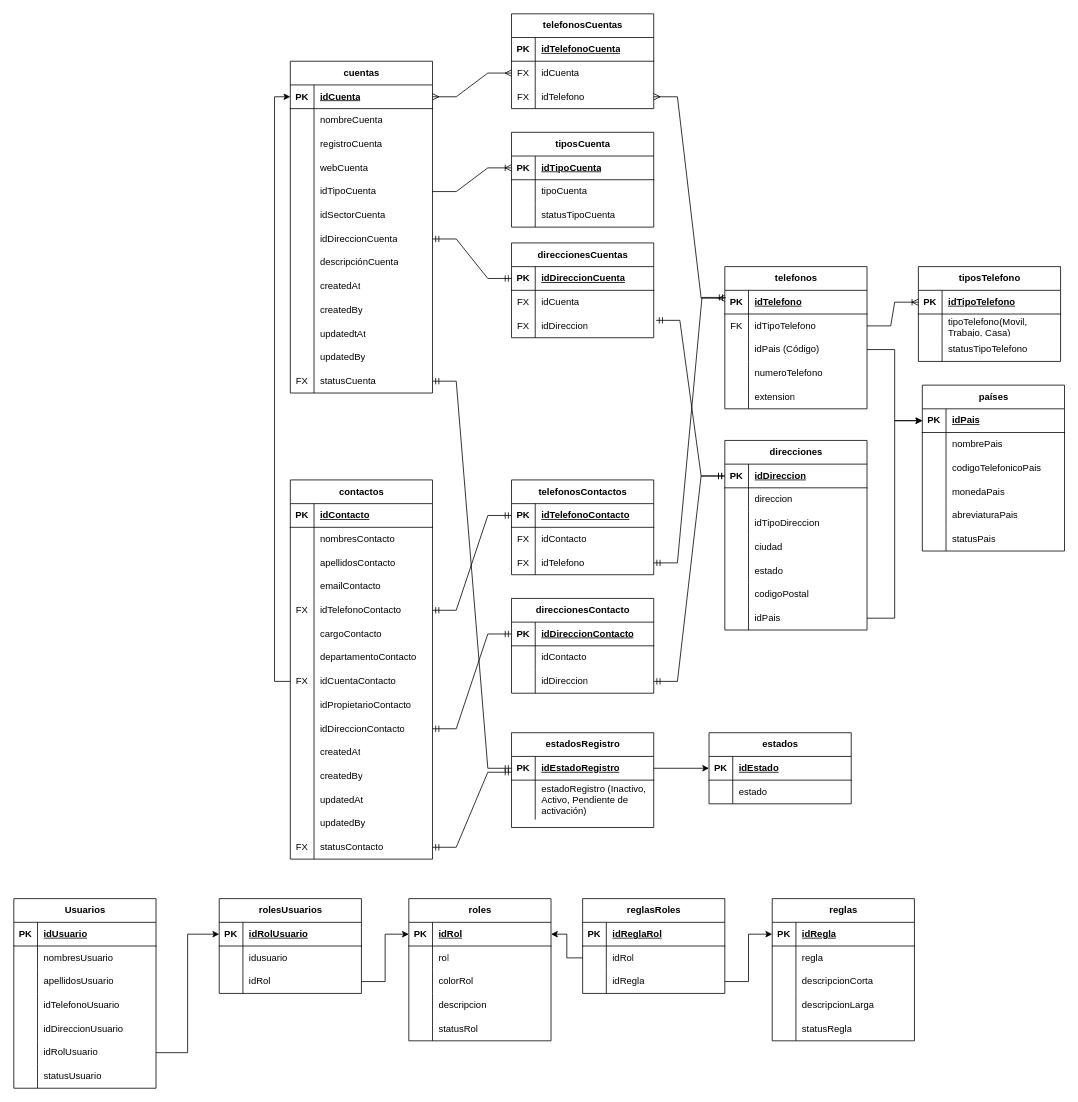
The draw.io diagram bd people.drawio in ocpdata/BDPeople, before the edit. Source tidied: cells renumbered, new cells numbered last; positions are measured from the earlier drawing's top-left corner, leaving out a move shared by most shapes. Both pictures are drawn from the tidied source at 79%, with x=0, y=0 at pixel (13, 13).
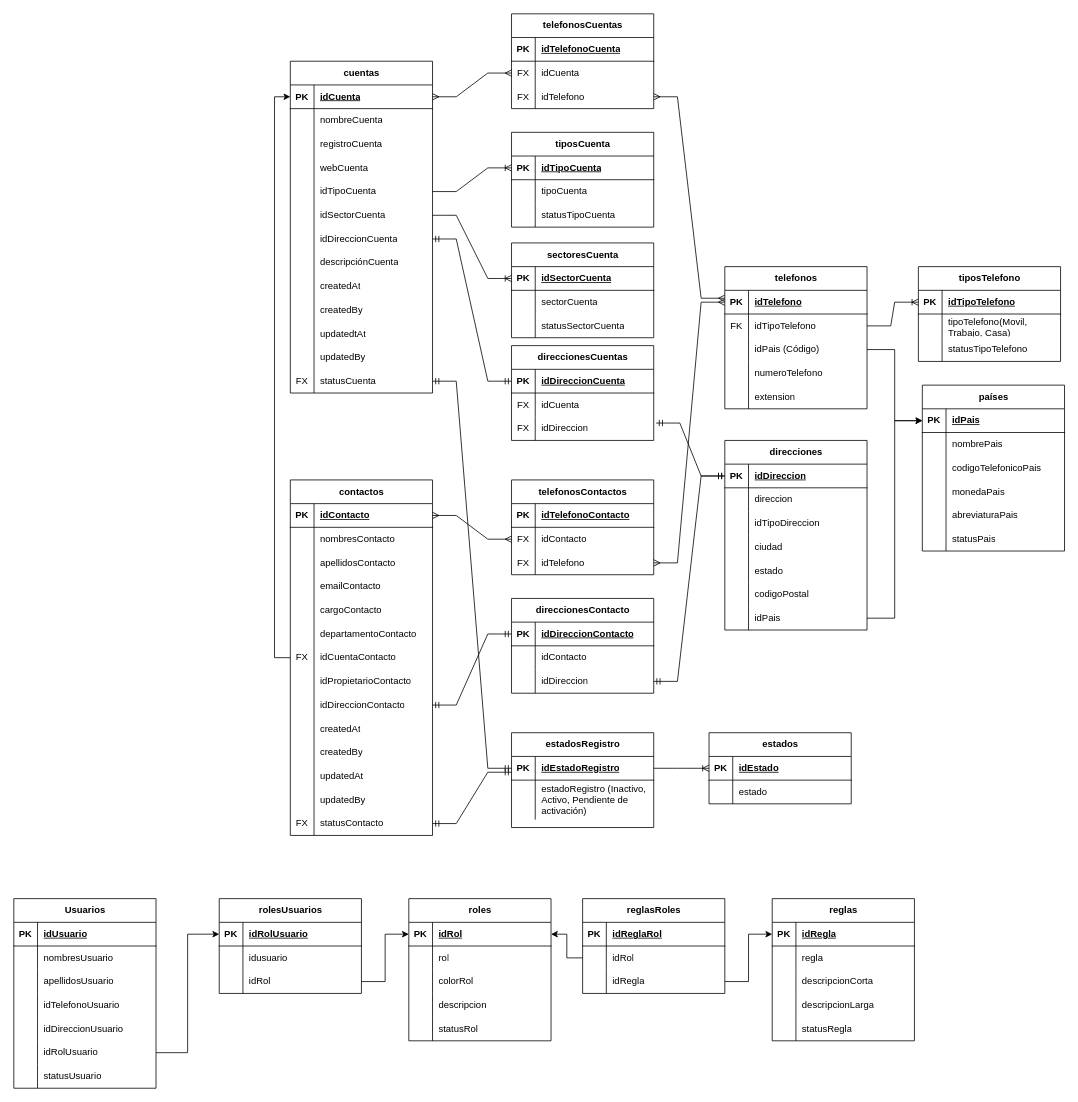
The same page after the edit.

The change refers to these unchanged cells:
```xml
<mxCell id="18" style="shape=tableRow;horizontal=0;startSize=0;swimlaneHead=0;swimlaneBody=0;fillColor=none;points=[[0,0.5],[1,0.5]];portConstraint=eastwest;top=0;left=0;right=0;bottom=0;" parent="2" vertex="1">
  <mxGeometry y="180" width="180" height="30" as="geometry" />
</mxCell>
<mxCell id="43" style="shape=tableRow;horizontal=0;startSize=0;swimlaneHead=0;swimlaneBody=0;fillColor=none;points=[[0,0.5],[1,0.5]];portConstraint=eastwest;top=0;left=0;right=0;bottom=1;" parent="42" vertex="1">
  <mxGeometry y="30" width="180" height="30" as="geometry" />
</mxCell>
<mxCell id="111" style="shape=tableRow;horizontal=0;startSize=0;swimlaneHead=0;swimlaneBody=0;fillColor=none;points=[[0,0.5],[1,0.5]];portConstraint=eastwest;top=0;left=0;right=0;bottom=1;" parent="110" vertex="1">
  <mxGeometry y="30" width="180" height="30" as="geometry" />
</mxCell>
<mxCell id="148" style="shape=tableRow;horizontal=0;startSize=0;swimlaneHead=0;swimlaneBody=0;fillColor=none;points=[[0,0.5],[1,0.5]];portConstraint=eastwest;top=0;left=0;right=0;bottom=1;" parent="147" vertex="1">
  <mxGeometry y="30" width="180" height="30" as="geometry" />
</mxCell>
<mxCell id="151" style="shape=tableRow;horizontal=0;startSize=0;swimlaneHead=0;swimlaneBody=0;fillColor=none;points=[[0,0.5],[1,0.5]];portConstraint=eastwest;top=0;left=0;right=0;bottom=0;" parent="147" vertex="1">
  <mxGeometry y="60" width="180" height="30" as="geometry" />
</mxCell>
<mxCell id="154" style="shape=tableRow;horizontal=0;startSize=0;swimlaneHead=0;swimlaneBody=0;fillColor=none;points=[[0,0.5],[1,0.5]];portConstraint=eastwest;top=0;left=0;right=0;bottom=0;" parent="147" vertex="1">
  <mxGeometry y="90" width="180" height="30" as="geometry" />
</mxCell>
<mxCell id="214" style="shape=tableRow;horizontal=0;startSize=0;swimlaneHead=0;swimlaneBody=0;fillColor=none;points=[[0,0.5],[1,0.5]];portConstraint=eastwest;top=0;left=0;right=0;bottom=1;" parent="213" vertex="1">
  <mxGeometry y="30" width="180" height="30" as="geometry" />
</mxCell>
<mxCell id="276" style="shape=tableRow;horizontal=0;startSize=0;swimlaneHead=0;swimlaneBody=0;fillColor=none;points=[[0,0.5],[1,0.5]];portConstraint=eastwest;top=0;left=0;right=0;bottom=1;" parent="275" vertex="1">
  <mxGeometry y="30" width="180" height="30" as="geometry" />
</mxCell>
```

What changed in the source:
```diff
@@
     <mxCell id="42" value="contactos" style="shape=table;startSize=30;childLayout=tableLayout;rowLines=0;fontStyle=1;align=center;html=1;" parent="1" vertex="1">
-      <mxGeometry x="350" y="590" width="180" height="480" as="geometry" />
+      <mxGeometry x="350" y="590" width="180" height="450" as="geometry" />
     </mxCell>
@@
-    <mxCell id="55" style="shape=tableRow;horizontal=0;startSize=0;swimlaneHead=0;swimlaneBody=0;fillColor=none;points=[[0,0.5],[1,0.5]];portConstraint=eastwest;top=0;left=0;right=0;bottom=0;" parent="42" vertex="1">
-      <mxGeometry y="150" width="180" height="30" as="geometry" />
-    </mxCell>
-    <mxCell id="56" value="FX" style="shape=partialRectangle;fillColor=none;top=0;left=0;bottom=0;right=0;overflow=hidden;whiteSpace=wrap;html=1;" parent="55" vertex="1">
-      <mxGeometry width="30" height="30" as="geometry" />
-    </mxCell>
-    <mxCell id="57" value="idTelefonoContacto" style="shape=partialRectangle;fillColor=none;top=0;left=0;bottom=0;right=0;align=left;spacingLeft=6;overflow=hidden;whiteSpace=wrap;html=1;" parent="55" vertex="1">
-      <mxGeometry x="30" width="150" height="30" as="geometry" />
-    </mxCell>
     <mxCell id="58" style="shape=tableRow;horizontal=0;startSize=0;swimlaneHead=0;swimlaneBody=0;fillColor=none;top=0;left=0;right=0;bottom=0;" parent="42" vertex="1">
-      <mxGeometry y="180" width="180" height="30" as="geometry" />
+      <mxGeometry y="150" width="180" height="30" as="geometry" />
     </mxCell>
@@
     <mxCell id="61" style="shape=tableRow;horizontal=0;startSize=0;swimlaneHead=0;swimlaneBody=0;fillColor=none;top=0;left=0;right=0;bottom=0;" parent="42" vertex="1">
-      <mxGeometry y="210" width="180" height="30" as="geometry" />
+      <mxGeometry y="180" width="180" height="30" as="geometry" />
     </mxCell>
@@
     <mxCell id="64" style="shape=tableRow;horizontal=0;startSize=0;swimlaneHead=0;swimlaneBody=0;fillColor=none;points=[[0,0.5],[1,0.5]];portConstraint=eastwest;top=0;left=0;right=0;bottom=0;" parent="42" vertex="1">
-      <mxGeometry y="240" width="180" height="30" as="geometry" />
+      <mxGeometry y="210" width="180" height="30" as="geometry" />
     </mxCell>
@@
     <mxCell id="67" style="shape=tableRow;horizontal=0;startSize=0;swimlaneHead=0;swimlaneBody=0;fillColor=none;top=0;left=0;right=0;bottom=0;" parent="42" vertex="1">
-      <mxGeometry y="270" width="180" height="30" as="geometry" />
+      <mxGeometry y="240" width="180" height="30" as="geometry" />
     </mxCell>
@@
     <mxCell id="70" style="shape=tableRow;horizontal=0;startSize=0;swimlaneHead=0;swimlaneBody=0;fillColor=none;points=[[0,0.5],[1,0.5]];portConstraint=eastwest;top=0;left=0;right=0;bottom=0;" parent="42" vertex="1">
-      <mxGeometry y="300" width="180" height="30" as="geometry" />
+      <mxGeometry y="270" width="180" height="30" as="geometry" />
     </mxCell>
@@
     <mxCell id="73" style="shape=tableRow;horizontal=0;startSize=0;swimlaneHead=0;swimlaneBody=0;fillColor=none;top=0;left=0;right=0;bottom=0;" parent="42" vertex="1">
-      <mxGeometry y="330" width="180" height="30" as="geometry" />
+      <mxGeometry y="300" width="180" height="30" as="geometry" />
     </mxCell>
@@
     <mxCell id="76" style="shape=tableRow;horizontal=0;startSize=0;swimlaneHead=0;swimlaneBody=0;fillColor=none;top=0;left=0;right=0;bottom=0;" parent="42" vertex="1">
-      <mxGeometry y="360" width="180" height="30" as="geometry" />
+      <mxGeometry y="330" width="180" height="30" as="geometry" />
     </mxCell>
@@
     <mxCell id="79" style="shape=tableRow;horizontal=0;startSize=0;swimlaneHead=0;swimlaneBody=0;fillColor=none;top=0;left=0;right=0;bottom=0;" parent="42" vertex="1">
-      <mxGeometry y="390" width="180" height="30" as="geometry" />
+      <mxGeometry y="360" width="180" height="30" as="geometry" />
     </mxCell>
@@
     <mxCell id="82" style="shape=tableRow;horizontal=0;startSize=0;swimlaneHead=0;swimlaneBody=0;fillColor=none;top=0;left=0;right=0;bottom=0;" parent="42" vertex="1">
-      <mxGeometry y="420" width="180" height="30" as="geometry" />
+      <mxGeometry y="390" width="180" height="30" as="geometry" />
     </mxCell>
@@
     <mxCell id="85" style="shape=tableRow;horizontal=0;startSize=0;swimlaneHead=0;swimlaneBody=0;fillColor=none;points=[[0,0.5],[1,0.5]];portConstraint=eastwest;top=0;left=0;right=0;bottom=0;" parent="42" vertex="1">
-      <mxGeometry y="450" width="180" height="30" as="geometry" />
+      <mxGeometry y="420" width="180" height="30" as="geometry" />
     </mxCell>
@@
-    <mxCell id="157" style="edgeStyle=entityRelationEdgeStyle;fontSize=12;html=1;endArrow=ERmandOne;startArrow=ERmandOne;rounded=0;exitX=1;exitY=0.5;exitDx=0;exitDy=0;entryX=0;entryY=0.5;entryDx=0;entryDy=0;" parent="1" edge="1" source="55" target="148">
-      <mxGeometry relative="1" as="geometry" />
-    </mxCell>
-    <mxCell id="158" style="edgeStyle=entityRelationEdgeStyle;fontSize=12;html=1;endArrow=ERmandOne;startArrow=ERmandOne;rounded=0;exitX=1;exitY=0.5;exitDx=0;exitDy=0;entryX=0.006;entryY=0.3;entryDx=0;entryDy=0;entryPerimeter=0;" parent="1" edge="1" source="154" target="111">
-      <mxGeometry relative="1" as="geometry" />
-    </mxCell>
@@
     <mxCell id="169" value="direccionesCuentas" style="shape=table;startSize=30;childLayout=tableLayout;rowLines=0;fontStyle=1;align=center;html=1;" parent="1" vertex="1">
-      <mxGeometry x="630" y="290" width="180" height="120" as="geometry" />
+      <mxGeometry x="630" y="420" width="180" height="120" as="geometry" />
     </mxCell>
@@
-    <mxCell id="282" style="edgeStyle=orthogonalEdgeStyle;rounded=0;jettySize=auto;html=1;exitX=1;exitY=0.5;exitDx=0;exitDy=0;entryX=0;entryY=0.5;entryDx=0;entryDy=0;" parent="1" edge="1" source="214" target="276">
-      <mxGeometry relative="1" as="geometry" />
-    </mxCell>
@@
+    <mxCell id="313" style="edgeStyle=entityRelationEdgeStyle;fontSize=12;html=1;endArrow=ERmany;startArrow=ERmany;rounded=0;exitX=1;exitY=0.5;exitDx=0;exitDy=0;entryX=0;entryY=0.5;entryDx=0;entryDy=0;" parent="1" edge="1" source="43" target="151">
+      <mxGeometry relative="1" as="geometry" />
+    </mxCell>
+    <mxCell id="158" style="edgeStyle=entityRelationEdgeStyle;fontSize=12;html=1;endArrow=ERmany;startArrow=ERmany;rounded=0;exitX=1;exitY=0.5;exitDx=0;exitDy=0;entryX=0;entryY=0.5;entryDx=0;entryDy=0;" parent="1" edge="1" source="154" target="111">
+      <mxGeometry relative="1" as="geometry" />
+    </mxCell>
+    <mxCell id="282" style="edgeStyle=entityRelationEdgeStyle;fontSize=12;html=1;endArrow=ERoneToMany;rounded=0;exitX=1;exitY=0.5;exitDx=0;exitDy=0;entryX=0;entryY=0.5;entryDx=0;entryDy=0;" parent="1" edge="1" source="214" target="276">
+      <mxGeometry relative="1" as="geometry" />
+    </mxCell>
+    <mxCell id="314" value="sectoresCuenta" style="shape=table;startSize=30;childLayout=tableLayout;rowLines=0;fontStyle=1;align=center;html=1;" parent="1" vertex="1">
+      <mxGeometry x="630" y="290" width="180" height="120" as="geometry" />
+    </mxCell>
+    <mxCell id="315" style="shape=tableRow;horizontal=0;startSize=0;swimlaneHead=0;swimlaneBody=0;fillColor=none;points=[[0,0.5],[1,0.5]];portConstraint=eastwest;top=0;left=0;right=0;bottom=1;" parent="314" vertex="1">
+      <mxGeometry y="30" width="180" height="30" as="geometry" />
+    </mxCell>
+    <mxCell id="316" value="PK" style="shape=partialRectangle;fillColor=none;top=0;left=0;bottom=0;right=0;fontStyle=1;overflow=hidden;whiteSpace=wrap;html=1;" parent="315" vertex="1">
+      <mxGeometry width="30" height="30" as="geometry" />
+    </mxCell>
+    <mxCell id="317" value="idSectorCuenta" style="shape=partialRectangle;fillColor=none;top=0;left=0;bottom=0;right=0;align=left;spacingLeft=6;fontStyle=5;overflow=hidden;whiteSpace=wrap;html=1;" parent="315" vertex="1">
+      <mxGeometry x="30" width="150" height="30" as="geometry" />
+    </mxCell>
+    <mxCell id="318" style="shape=tableRow;horizontal=0;startSize=0;swimlaneHead=0;swimlaneBody=0;fillColor=none;top=0;left=0;right=0;bottom=0;" parent="314" vertex="1">
+      <mxGeometry y="60" width="180" height="30" as="geometry" />
+    </mxCell>
+    <mxCell id="319" style="shape=partialRectangle;fillColor=none;top=0;left=0;bottom=0;right=0;overflow=hidden;whiteSpace=wrap;html=1;" parent="318" vertex="1">
+      <mxGeometry width="30" height="30" as="geometry" />
+    </mxCell>
+    <mxCell id="320" value="sectorCuenta" style="shape=partialRectangle;fillColor=none;top=0;left=0;bottom=0;right=0;align=left;spacingLeft=6;overflow=hidden;whiteSpace=wrap;html=1;" parent="318" vertex="1">
+      <mxGeometry x="30" width="150" height="30" as="geometry" />
+    </mxCell>
+    <mxCell id="321" style="shape=tableRow;horizontal=0;startSize=0;swimlaneHead=0;swimlaneBody=0;fillColor=none;top=0;left=0;right=0;bottom=0;" parent="314" vertex="1">
+      <mxGeometry y="90" width="180" height="30" as="geometry" />
+    </mxCell>
+    <mxCell id="322" style="shape=partialRectangle;fillColor=none;top=0;left=0;bottom=0;right=0;overflow=hidden;whiteSpace=wrap;html=1;" parent="321" vertex="1">
+      <mxGeometry width="30" height="30" as="geometry" />
+    </mxCell>
+    <mxCell id="323" value="statusSectorCuenta" style="shape=partialRectangle;fillColor=none;top=0;left=0;bottom=0;right=0;align=left;spacingLeft=6;overflow=hidden;whiteSpace=wrap;html=1;" parent="321" vertex="1">
+      <mxGeometry x="30" width="150" height="30" as="geometry" />
+    </mxCell>
+    <mxCell id="324" style="edgeStyle=entityRelationEdgeStyle;fontSize=12;html=1;endArrow=ERoneToMany;rounded=0;exitX=1;exitY=0.5;exitDx=0;exitDy=0;entryX=0;entryY=0.5;entryDx=0;entryDy=0;" parent="1" edge="1" source="18" target="315">
+      <mxGeometry relative="1" as="geometry" />
+    </mxCell>
```
